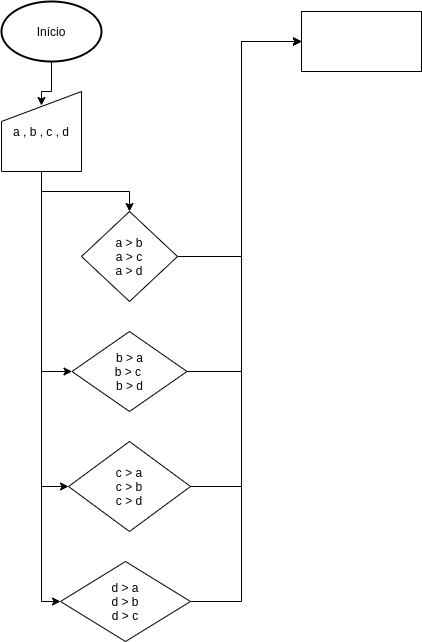
Earlier version of the draw.io export Trabalho_de_APC1_(questão 3).png (Lrlk/Trabalho-de-APC1). Source tidied: cells renumbered, new cells last; positions are measured from the earlier drawing's top-left corner, leaving out a move shared by most shapes.
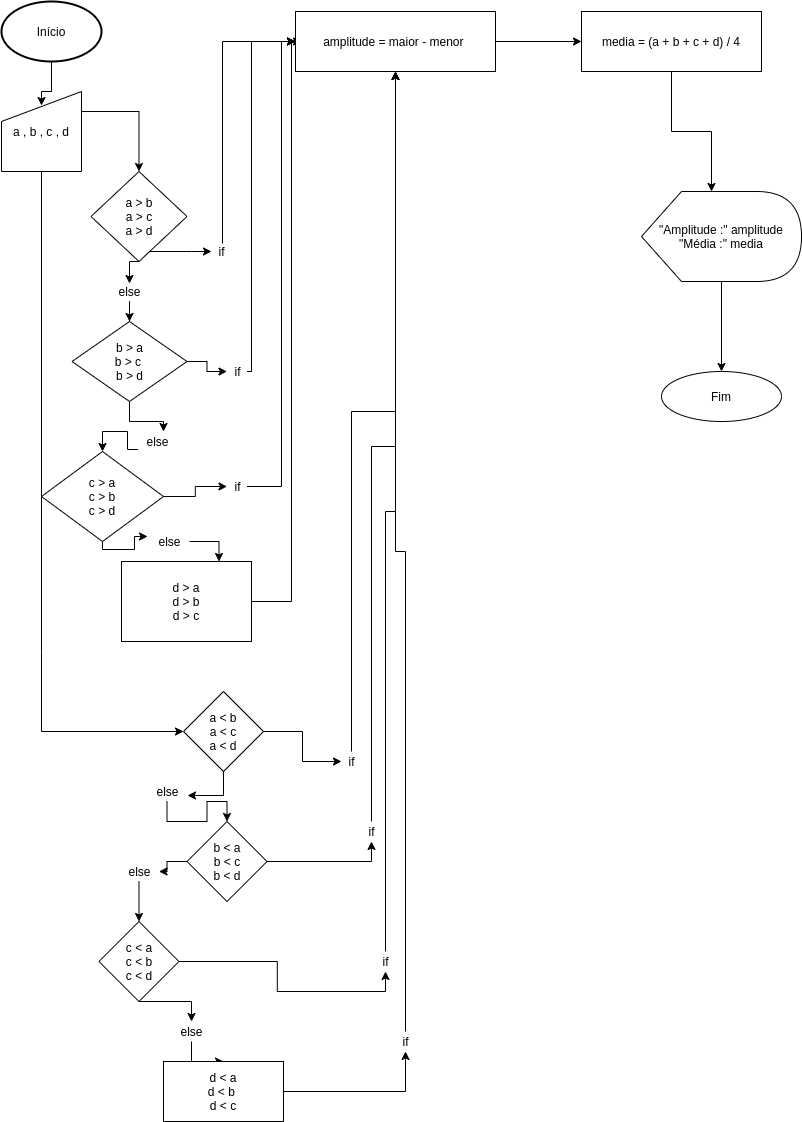
The same diagram one commit later.

What changed in the source:
```diff
@@ -13,72 +13,229 @@
     <mxCell id="3" value="Início" style="strokeWidth=2;html=1;shape=mxgraph.flowchart.start_1;whiteSpace=wrap;" parent="1" vertex="1">
       <mxGeometry width="100" height="60" as="geometry" />
     </mxCell>
-    <mxCell id="4" style="edgeStyle=orthogonalEdgeStyle;rounded=0;jettySize=auto;html=1;" parent="1" edge="1" source="8" target="10">
-      <mxGeometry relative="1" as="geometry" />
+    <mxCell id="4" style="edgeStyle=orthogonalEdgeStyle;rounded=0;jettySize=auto;html=1;entryX=0.5;entryY=0;entryDx=0;entryDy=0;" parent="1" edge="1" source="8" target="10">
+      <mxGeometry relative="1" as="geometry">
+        <Array as="points">
+          <mxPoint x="138" y="110" />
+        </Array>
+      </mxGeometry>
     </mxCell>
-    <mxCell id="5" style="edgeStyle=orthogonalEdgeStyle;rounded=0;jettySize=auto;html=1;entryX=0;entryY=0.5;entryDx=0;entryDy=0;" parent="1" edge="1" source="8" target="12">
-      <mxGeometry relative="1" as="geometry" />
-    </mxCell>
-    <mxCell id="6" style="edgeStyle=orthogonalEdgeStyle;rounded=0;jettySize=auto;html=1;entryX=0;entryY=0.5;entryDx=0;entryDy=0;" parent="1" edge="1" source="8" target="14">
-      <mxGeometry relative="1" as="geometry" />
-    </mxCell>
-    <mxCell id="7" style="edgeStyle=orthogonalEdgeStyle;rounded=0;jettySize=auto;html=1;entryX=0;entryY=0.5;entryDx=0;entryDy=0;" parent="1" edge="1" source="8" target="16">
-      <mxGeometry relative="1" as="geometry">
-        <Array as="points">
-          <mxPoint x="40" y="600" />
-        </Array>
-      </mxGeometry>
-    </mxCell>
+    <mxCell id="18" style="edgeStyle=orthogonalEdgeStyle;rounded=0;jettySize=auto;html=1;" parent="1" edge="1" source="8" target="29">
+      <mxGeometry relative="1" as="geometry">
+        <Array as="points">
+          <mxPoint x="40" y="650" />
+          <mxPoint x="40" y="650" />
+        </Array>
+      </mxGeometry>
+    </mxCell>
     <mxCell id="8" value="a , b , c , d" style="shape=manualInput;whiteSpace=wrap;html=1;" parent="1" vertex="1">
       <mxGeometry y="90" width="80" height="80" as="geometry" />
     </mxCell>
-    <mxCell id="9" style="edgeStyle=orthogonalEdgeStyle;rounded=0;jettySize=auto;html=1;" parent="1" edge="1" source="10">
+    <mxCell id="9" style="edgeStyle=orthogonalEdgeStyle;rounded=0;jettySize=auto;html=1;exitX=0.55;exitY=0.1;exitDx=0;exitDy=0;exitPerimeter=0;" parent="1" edge="1" source="53">
       <mxGeometry relative="1" as="geometry">
         <mxPoint x="300" y="40" as="targetPoint" />
         <Array as="points">
-          <mxPoint x="240" y="255" />
-          <mxPoint x="240" y="40" />
+          <mxPoint x="221" y="40" />
         </Array>
       </mxGeometry>
     </mxCell>
+    <mxCell id="19" style="edgeStyle=orthogonalEdgeStyle;rounded=0;jettySize=auto;html=1;entryX=0.5;entryY=0;entryDx=0;entryDy=0;" parent="1" edge="1" source="57" target="12">
+      <mxGeometry relative="1" as="geometry" />
+    </mxCell>
     <mxCell id="10" value="a &amp;gt; b&lt;br&gt;a &amp;gt; c&lt;br&gt;a &amp;gt; d" style="rhombus;whiteSpace=wrap;html=1;" parent="1" vertex="1">
-      <mxGeometry x="80" y="210" width="96" height="90" as="geometry" />
+      <mxGeometry x="89.5" y="170" width="96" height="90" as="geometry" />
     </mxCell>
-    <mxCell id="11" style="edgeStyle=orthogonalEdgeStyle;rounded=0;jettySize=auto;html=1;entryX=0;entryY=0.5;entryDx=0;entryDy=0;" parent="1" edge="1" source="12" target="17">
+    <mxCell id="11" style="edgeStyle=orthogonalEdgeStyle;rounded=0;jettySize=auto;html=1;entryX=0;entryY=0.5;entryDx=0;entryDy=0;" parent="1" edge="1" source="52" target="17">
       <mxGeometry relative="1" as="geometry">
         <Array as="points">
-          <mxPoint x="240" y="370" />
-          <mxPoint x="240" y="40" />
+          <mxPoint x="250" y="40" />
         </Array>
       </mxGeometry>
     </mxCell>
+    <mxCell id="20" style="edgeStyle=orthogonalEdgeStyle;rounded=0;jettySize=auto;html=1;entryX=0.5;entryY=0;entryDx=0;entryDy=0;exitX=0.013;exitY=0.9;exitDx=0;exitDy=0;exitPerimeter=0;" parent="1" edge="1" source="56" target="14">
+      <mxGeometry relative="1" as="geometry">
+        <Array as="points">
+          <mxPoint x="126" y="430" />
+          <mxPoint x="101" y="430" />
+        </Array>
+      </mxGeometry>
+    </mxCell>
+    <mxCell id="21" style="edgeStyle=orthogonalEdgeStyle;rounded=0;jettySize=auto;html=1;" parent="1" edge="1" source="12" target="52">
+      <mxGeometry relative="1" as="geometry" />
+    </mxCell>
+    <mxCell id="22" style="edgeStyle=orthogonalEdgeStyle;rounded=0;jettySize=auto;html=1;entryX=0.65;entryY=0;entryDx=0;entryDy=0;entryPerimeter=0;" parent="1" edge="1" source="12" target="56">
+      <mxGeometry relative="1" as="geometry" />
+    </mxCell>
     <mxCell id="12" value="b &amp;gt; a&lt;br&gt;b &amp;gt; c&amp;nbsp;&lt;br&gt;b &amp;gt; d" style="rhombus;whiteSpace=wrap;html=1;" parent="1" vertex="1">
-      <mxGeometry x="70.5" y="330" width="115" height="80" as="geometry" />
+      <mxGeometry x="70.5" y="320" width="115" height="80" as="geometry" />
     </mxCell>
-    <mxCell id="13" style="edgeStyle=orthogonalEdgeStyle;rounded=0;jettySize=auto;html=1;entryX=0;entryY=0.5;entryDx=0;entryDy=0;" parent="1" edge="1" source="14" target="17">
+    <mxCell id="13" style="edgeStyle=orthogonalEdgeStyle;rounded=0;jettySize=auto;html=1;entryX=0;entryY=0.5;entryDx=0;entryDy=0;" parent="1" edge="1" source="51" target="17">
       <mxGeometry relative="1" as="geometry">
         <Array as="points">
-          <mxPoint x="240" y="485" />
-          <mxPoint x="240" y="40" />
+          <mxPoint x="280" y="40" />
         </Array>
       </mxGeometry>
     </mxCell>
+    <mxCell id="23" style="edgeStyle=orthogonalEdgeStyle;rounded=0;jettySize=auto;html=1;entryX=0.75;entryY=0;entryDx=0;entryDy=0;" parent="1" edge="1" source="55" target="16">
+      <mxGeometry relative="1" as="geometry">
+        <Array as="points">
+          <mxPoint x="218" y="540" />
+        </Array>
+      </mxGeometry>
+    </mxCell>
+    <mxCell id="24" style="edgeStyle=orthogonalEdgeStyle;rounded=0;jettySize=auto;html=1;" parent="1" edge="1" source="14" target="51">
+      <mxGeometry relative="1" as="geometry" />
+    </mxCell>
+    <mxCell id="25" style="edgeStyle=orthogonalEdgeStyle;rounded=0;jettySize=auto;html=1;entryX=-0.05;entryY=0.25;entryDx=0;entryDy=0;entryPerimeter=0;" parent="1" edge="1" source="14" target="55">
+      <mxGeometry relative="1" as="geometry">
+        <Array as="points">
+          <mxPoint x="101" y="548" />
+          <mxPoint x="133" y="548" />
+        </Array>
+      </mxGeometry>
+    </mxCell>
     <mxCell id="14" value="c &amp;gt; a&lt;br&gt;c &amp;gt; b&lt;br&gt;c &amp;gt; d" style="rhombus;whiteSpace=wrap;html=1;" parent="1" vertex="1">
-      <mxGeometry x="67" y="440" width="122" height="90" as="geometry" />
+      <mxGeometry x="40" y="450" width="122" height="90" as="geometry" />
     </mxCell>
     <mxCell id="15" style="edgeStyle=orthogonalEdgeStyle;rounded=0;jettySize=auto;html=1;entryX=0;entryY=0.5;entryDx=0;entryDy=0;" parent="1" edge="1" source="16" target="17">
       <mxGeometry relative="1" as="geometry">
         <Array as="points">
-          <mxPoint x="240" y="600" />
-          <mxPoint x="240" y="40" />
+          <mxPoint x="290" y="600" />
+          <mxPoint x="290" y="40" />
         </Array>
       </mxGeometry>
     </mxCell>
-    <mxCell id="16" value="d &amp;gt; a&lt;br&gt;d &amp;gt; b&lt;br&gt;d &amp;gt; c" style="rhombus;whiteSpace=wrap;html=1;" parent="1" vertex="1">
-      <mxGeometry x="59" y="560" width="130" height="80" as="geometry" />
+    <mxCell id="16" value="d &amp;gt; a&lt;br&gt;d &amp;gt; b&lt;br&gt;d &amp;gt; c" style="rounded=0;whiteSpace=wrap;html=1;fontFamily=Helvetica;fontSize=12;fontColor=#000000;align=center;strokeColor=#000000;fillColor=#ffffff;" parent="1" vertex="1">
+      <mxGeometry x="120" y="560" width="130" height="80" as="geometry" />
     </mxCell>
+    <mxCell id="26" style="edgeStyle=orthogonalEdgeStyle;rounded=0;jettySize=auto;html=1;entryX=0;entryY=0.5;entryDx=0;entryDy=0;" parent="1" edge="1" source="17" target="39">
+      <mxGeometry relative="1" as="geometry" />
+    </mxCell>
-    <mxCell id="17" style="rounded=0;whiteSpace=wrap;html=1;" parent="1" vertex="1">
-      <mxGeometry x="300" y="10" width="120" height="60" as="geometry" />
+    <mxCell id="17" value="amplitude = maior - menor&amp;nbsp;" style="rounded=0;whiteSpace=wrap;html=1;" parent="1" vertex="1">
+      <mxGeometry x="294" y="10" width="200" height="60" as="geometry" />
     </mxCell>
+    <mxCell id="27" style="edgeStyle=orthogonalEdgeStyle;rounded=0;jettySize=auto;html=1;" parent="1" edge="1" source="63" target="32">
+      <mxGeometry relative="1" as="geometry" />
+    </mxCell>
+    <mxCell id="28" style="edgeStyle=orthogonalEdgeStyle;rounded=0;jettySize=auto;html=1;" parent="1" edge="1" source="43" target="17">
+      <mxGeometry relative="1" as="geometry" />
+    </mxCell>
+    <mxCell id="29" value="a &amp;lt; b&lt;br&gt;a &amp;lt; c&lt;br&gt;a &amp;lt; d" style="rhombus;whiteSpace=wrap;html=1;" parent="1" vertex="1">
+      <mxGeometry x="182" y="690" width="80" height="80" as="geometry" />
+    </mxCell>
+    <mxCell id="30" style="edgeStyle=orthogonalEdgeStyle;rounded=0;jettySize=auto;html=1;" parent="1" edge="1" source="61" target="35">
+      <mxGeometry relative="1" as="geometry" />
+    </mxCell>
+    <mxCell id="31" style="edgeStyle=orthogonalEdgeStyle;rounded=0;jettySize=auto;html=1;entryX=0.5;entryY=1;entryDx=0;entryDy=0;" parent="1" edge="1" source="45" target="17">
+      <mxGeometry relative="1" as="geometry" />
+    </mxCell>
+    <mxCell id="32" value="b &amp;lt; a&lt;br&gt;b &amp;lt; c&lt;br&gt;b &amp;lt; d" style="rhombus;whiteSpace=wrap;html=1;" parent="1" vertex="1">
+      <mxGeometry x="185.5" y="820" width="80" height="80" as="geometry" />
+    </mxCell>
+    <mxCell id="33" style="edgeStyle=orthogonalEdgeStyle;rounded=0;jettySize=auto;html=1;" parent="1" edge="1" source="59" target="37">
+      <mxGeometry relative="1" as="geometry" />
+    </mxCell>
+    <mxCell id="34" style="edgeStyle=orthogonalEdgeStyle;rounded=0;jettySize=auto;html=1;entryX=0.5;entryY=1;entryDx=0;entryDy=0;" parent="1" edge="1" source="47" target="17">
+      <mxGeometry relative="1" as="geometry" />
+    </mxCell>
+    <mxCell id="35" value="c &amp;lt; a&lt;br&gt;c &amp;lt; b&lt;br&gt;c &amp;lt; d" style="rhombus;whiteSpace=wrap;html=1;" parent="1" vertex="1">
+      <mxGeometry x="97.5" y="920" width="80" height="80" as="geometry" />
+    </mxCell>
+    <mxCell id="36" style="edgeStyle=orthogonalEdgeStyle;rounded=0;jettySize=auto;html=1;entryX=0.5;entryY=1;entryDx=0;entryDy=0;" parent="1" edge="1" source="49" target="17">
+      <mxGeometry relative="1" as="geometry" />
+    </mxCell>
+    <mxCell id="37" value="d &amp;lt; a&lt;br&gt;d &amp;lt; b&amp;nbsp;&lt;br&gt;d &amp;lt; c" style="rounded=0;whiteSpace=wrap;html=1;" parent="1" vertex="1">
+      <mxGeometry x="162" y="1060" width="120" height="60" as="geometry" />
+    </mxCell>
+    <mxCell id="38" style="edgeStyle=orthogonalEdgeStyle;rounded=0;jettySize=auto;html=1;entryX=0;entryY=0;entryDx=70;entryDy=0;entryPerimeter=0;" parent="1" edge="1" source="39" target="41">
+      <mxGeometry relative="1" as="geometry" />
+    </mxCell>
+    <mxCell id="39" value="media = (a + b + c + d) / 4" style="rounded=0;whiteSpace=wrap;html=1;" parent="1" vertex="1">
+      <mxGeometry x="580" y="10" width="180" height="60" as="geometry" />
+    </mxCell>
+    <mxCell id="40" style="edgeStyle=orthogonalEdgeStyle;rounded=0;jettySize=auto;html=1;" parent="1" edge="1" source="41" target="42">
+      <mxGeometry relative="1" as="geometry" />
+    </mxCell>
+    <mxCell id="41" value="&quot;Amplitude :&quot; amplitude&lt;br&gt;&lt;span&gt;&quot;Média :&quot; media&lt;/span&gt;" style="shape=display;whiteSpace=wrap;html=1;" parent="1" vertex="1">
+      <mxGeometry x="640" y="190" width="160" height="90" as="geometry" />
+    </mxCell>
+    <mxCell id="42" value="Fim" style="ellipse;whiteSpace=wrap;html=1;" parent="1" vertex="1">
+      <mxGeometry x="660" y="370" width="120" height="50" as="geometry" />
+    </mxCell>
+    <mxCell id="43" value="if" style="text;html=1;align=center;verticalAlign=middle;points=[];" parent="1" vertex="1">
+      <mxGeometry x="340" y="750" width="20" height="20" as="geometry" />
+    </mxCell>
+    <mxCell id="44" style="edgeStyle=orthogonalEdgeStyle;rounded=0;jettySize=auto;html=1;" parent="1" edge="1" source="29" target="43">
+      <mxGeometry relative="1" as="geometry" />
+    </mxCell>
+    <mxCell id="45" value="if" style="text;html=1;align=center;verticalAlign=middle;points=[];" parent="1" vertex="1">
+      <mxGeometry x="360" y="820" width="20" height="20" as="geometry" />
+    </mxCell>
+    <mxCell id="46" style="edgeStyle=orthogonalEdgeStyle;rounded=0;jettySize=auto;html=1;entryX=0.5;entryY=1;entryDx=0;entryDy=0;" parent="1" edge="1" source="32" target="45">
+      <mxGeometry relative="1" as="geometry" />
+    </mxCell>
+    <mxCell id="47" value="if" style="text;html=1;align=center;verticalAlign=middle;points=[];" parent="1" vertex="1">
+      <mxGeometry x="374" y="950" width="20" height="20" as="geometry" />
+    </mxCell>
+    <mxCell id="48" style="edgeStyle=orthogonalEdgeStyle;rounded=0;jettySize=auto;html=1;entryX=0.5;entryY=1;entryDx=0;entryDy=0;" parent="1" edge="1" source="35" target="47">
+      <mxGeometry relative="1" as="geometry" />
+    </mxCell>
+    <mxCell id="49" value="if" style="text;html=1;align=center;verticalAlign=middle;points=[];" parent="1" vertex="1">
+      <mxGeometry x="394" y="1030" width="20" height="20" as="geometry" />
+    </mxCell>
+    <mxCell id="50" style="edgeStyle=orthogonalEdgeStyle;rounded=0;jettySize=auto;html=1;entryX=0.5;entryY=1;entryDx=0;entryDy=0;" parent="1" edge="1" source="37" target="49">
+      <mxGeometry relative="1" as="geometry" />
+    </mxCell>
+    <mxCell id="51" value="if" style="text;html=1;align=center;verticalAlign=middle;points=[];" parent="1" vertex="1">
+      <mxGeometry x="225.5" y="475" width="20" height="20" as="geometry" />
+    </mxCell>
+    <mxCell id="52" value="if" style="text;html=1;align=center;verticalAlign=middle;points=[];" parent="1" vertex="1">
+      <mxGeometry x="225.5" y="360" width="20" height="20" as="geometry" />
+    </mxCell>
+    <mxCell id="53" value="if" style="text;html=1;align=center;verticalAlign=middle;points=[];" parent="1" vertex="1">
+      <mxGeometry x="210" y="240" width="20" height="20" as="geometry" />
+    </mxCell>
+    <mxCell id="54" style="edgeStyle=orthogonalEdgeStyle;rounded=0;jettySize=auto;html=1;" parent="1" edge="1" source="10" target="53">
+      <mxGeometry relative="1" as="geometry">
+        <Array as="points">
+          <mxPoint x="190" y="250" />
+          <mxPoint x="190" y="250" />
+        </Array>
+      </mxGeometry>
+    </mxCell>
+    <mxCell id="55" value="else" style="text;html=1;align=center;verticalAlign=middle;points=[];" parent="1" vertex="1">
+      <mxGeometry x="148" y="530" width="40" height="20" as="geometry" />
+    </mxCell>
+    <mxCell id="56" value="else" style="text;html=1;align=center;verticalAlign=middle;points=[];" parent="1" vertex="1">
+      <mxGeometry x="136" y="430" width="40" height="20" as="geometry" />
+    </mxCell>
+    <mxCell id="57" value="else" style="text;html=1;align=center;verticalAlign=middle;points=[];" parent="1" vertex="1">
+      <mxGeometry x="108" y="280" width="40" height="20" as="geometry" />
+    </mxCell>
+    <mxCell id="58" style="edgeStyle=orthogonalEdgeStyle;rounded=0;jettySize=auto;html=1;entryX=0.5;entryY=0.1;entryDx=0;entryDy=0;entryPerimeter=0;exitX=0.5;exitY=1;exitDx=0;exitDy=0;" parent="1" edge="1" source="10" target="57">
+      <mxGeometry relative="1" as="geometry" />
+    </mxCell>
+    <mxCell id="59" value="else" style="text;html=1;align=center;verticalAlign=middle;points=[];" parent="1" vertex="1">
+      <mxGeometry x="170" y="1020" width="40" height="20" as="geometry" />
+    </mxCell>
+    <mxCell id="60" style="edgeStyle=orthogonalEdgeStyle;rounded=0;jettySize=auto;html=1;" parent="1" edge="1" source="35" target="59">
+      <mxGeometry relative="1" as="geometry">
+        <Array as="points">
+          <mxPoint x="190" y="1000" />
+        </Array>
+      </mxGeometry>
+    </mxCell>
+    <mxCell id="61" value="else" style="text;html=1;align=center;verticalAlign=middle;points=[];" parent="1" vertex="1">
+      <mxGeometry x="117.5" y="860" width="40" height="20" as="geometry" />
+    </mxCell>
+    <mxCell id="62" style="edgeStyle=orthogonalEdgeStyle;rounded=0;jettySize=auto;html=1;" parent="1" edge="1" source="32" target="61">
+      <mxGeometry relative="1" as="geometry" />
+    </mxCell>
+    <mxCell id="63" value="else" style="text;html=1;align=center;verticalAlign=middle;points=[];" parent="1" vertex="1">
+      <mxGeometry x="145.5" y="780" width="40" height="20" as="geometry" />
+    </mxCell>
+    <mxCell id="64" style="edgeStyle=orthogonalEdgeStyle;rounded=0;jettySize=auto;html=1;entryX=1.013;entryY=0.7;entryDx=0;entryDy=0;entryPerimeter=0;" parent="1" edge="1" source="29" target="63">
+      <mxGeometry relative="1" as="geometry" />
+    </mxCell>
   </root>
 </mxGraphModel>
```
